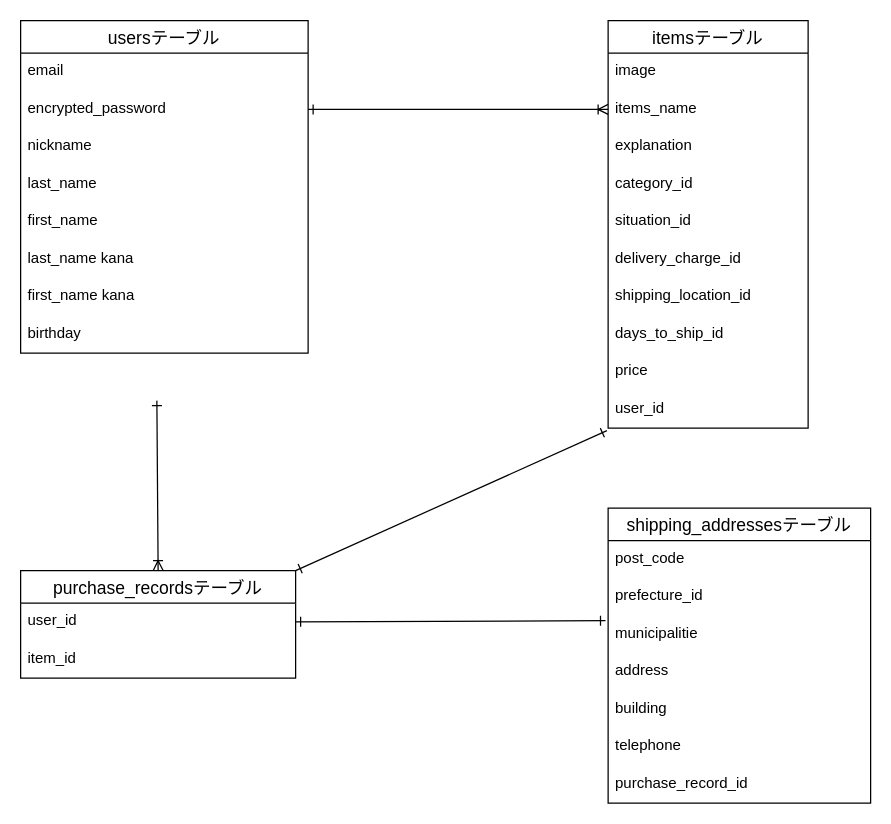
oshikubo1201/furima-38323 keeps this draw.io diagram as date_base.dio. Above is the earlier version. Source tidied: cells renumbered, new cells numbered last; positions are measured from the earlier drawing's top-left corner, leaving out a move shared by most shapes. Both pictures are drawn from the tidied source at 125%, with x=0, y=0 at pixel (20, 20).
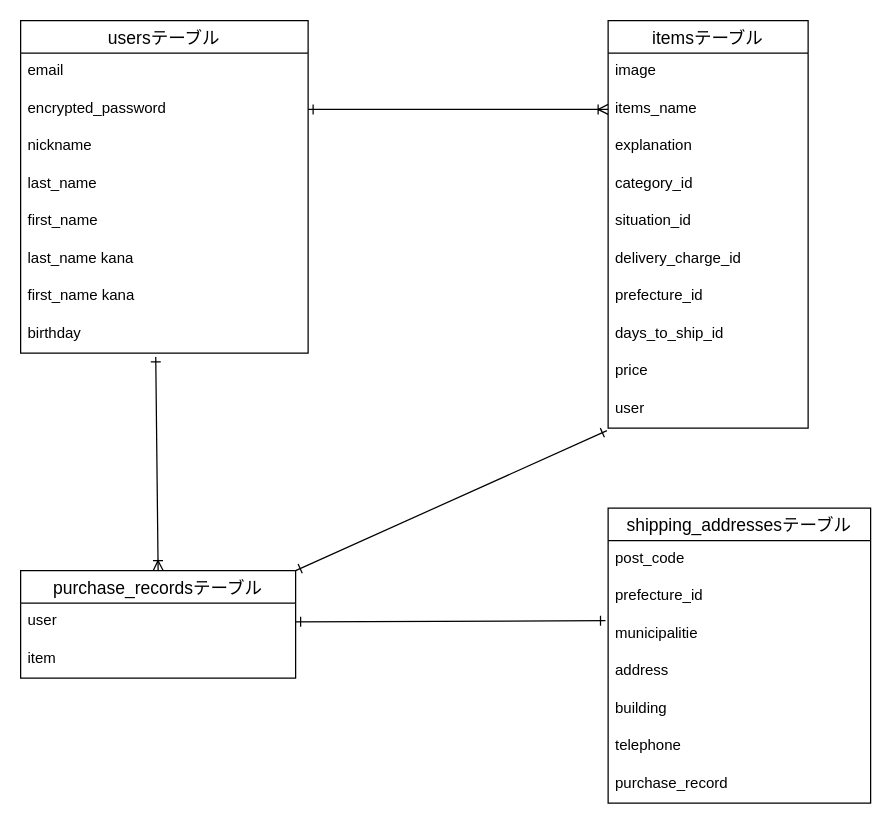
The same page after the edit.

Commit message:
データベース設計　修正４

The change refers to these unchanged cells:
```xml
<mxCell id="10" value="birthday" style="text;strokeColor=none;fillColor=none;spacingLeft=4;spacingRight=4;overflow=hidden;points=[[0,0.5],[1,0.5]];portConstraint=eastwest;fontSize=12;" parent="2" vertex="1">
  <mxGeometry y="236" width="230" height="30" as="geometry" />
</mxCell>
<mxCell id="11" value="itemsテーブル" style="swimlane;fontStyle=0;horizontal=1;startSize=26;align=center;fontSize=14;" parent="1" vertex="1">
  <mxGeometry x="470" width="160" height="326" as="geometry" />
</mxCell>
<mxCell id="25" value="purchase_recordsテーブル" style="swimlane;fontStyle=0;horizontal=1;startSize=26;align=center;fontSize=14;" parent="1" vertex="1">
  <mxGeometry y="440" width="220" height="86" as="geometry" />
</mxCell>
<mxCell id="28" value="shipping_addressesテーブル" style="swimlane;fontStyle=0;horizontal=1;startSize=26;align=center;fontSize=14;" parent="1" vertex="1">
  <mxGeometry x="470" y="390" width="210" height="236" as="geometry" />
</mxCell>
```

Diff of the diagram source:
```diff
@@
-    <mxCell id="18" value="shipping_location_id" style="text;strokeColor=none;fillColor=none;spacingLeft=4;spacingRight=4;overflow=hidden;fontSize=12;" parent="11" vertex="1">
+    <mxCell id="18" value="prefecture_id" style="text;strokeColor=none;fillColor=none;spacingLeft=4;spacingRight=4;overflow=hidden;fontSize=12;" parent="11" vertex="1">
       <mxGeometry y="206" width="160" height="30" as="geometry" />
     </mxCell>
@@
-    <mxCell id="21" value="user_id" style="text;strokeColor=none;fillColor=none;spacingLeft=4;spacingRight=4;overflow=hidden;points=[[0,0.5],[1,0.5]];portConstraint=eastwest;fontSize=12;" parent="11" vertex="1">
+    <mxCell id="21" value="user" style="text;strokeColor=none;fillColor=none;spacingLeft=4;spacingRight=4;overflow=hidden;points=[[0,0.5],[1,0.5]];portConstraint=eastwest;fontSize=12;" parent="11" vertex="1">
       <mxGeometry y="296" width="160" height="30" as="geometry" />
     </mxCell>
@@
-    <mxCell id="23" style="edgeStyle=none;html=1;exitX=0.5;exitY=0;exitDx=0;exitDy=0;entryX=0.474;entryY=1.118;entryDx=0;entryDy=0;entryPerimeter=0;startArrow=ERoneToMany;startFill=0;endArrow=ERone;endFill=0;" parent="1" edge="1" source="25">
-      <mxGeometry relative="1" as="geometry">
-        <mxPoint x="109" y="304" as="targetPoint" />
-      </mxGeometry>
+    <mxCell id="23" style="edgeStyle=none;html=1;exitX=0.5;exitY=0;exitDx=0;exitDy=0;entryX=0.47;entryY=1.1;entryDx=0;entryDy=0;entryPerimeter=0;startArrow=ERoneToMany;startFill=0;endArrow=ERone;endFill=0;" parent="1" edge="1" source="25" target="10">
+      <mxGeometry relative="1" as="geometry" />
     </mxCell>
@@
-    <mxCell id="26" value="user_id" style="text;strokeColor=none;fillColor=none;spacingLeft=4;spacingRight=4;overflow=hidden;points=[[0,0.5],[1,0.5]];portConstraint=eastwest;fontSize=12;" parent="25" vertex="1">
+    <mxCell id="26" value="user" style="text;strokeColor=none;fillColor=none;spacingLeft=4;spacingRight=4;overflow=hidden;points=[[0,0.5],[1,0.5]];portConstraint=eastwest;fontSize=12;" parent="25" vertex="1">
       <mxGeometry y="26" width="220" height="30" as="geometry" />
     </mxCell>
-    <mxCell id="27" value="item_id" style="text;strokeColor=none;fillColor=none;spacingLeft=4;spacingRight=4;overflow=hidden;fontSize=12;" parent="25" vertex="1">
+    <mxCell id="27" value="item" style="text;strokeColor=none;fillColor=none;spacingLeft=4;spacingRight=4;overflow=hidden;fontSize=12;" parent="25" vertex="1">
       <mxGeometry y="56" width="220" height="30" as="geometry" />
     </mxCell>
@@
-    <mxCell id="35" value="purchase_record_id" style="text;strokeColor=none;fillColor=none;spacingLeft=4;spacingRight=4;overflow=hidden;fontSize=12;" parent="28" vertex="1">
+    <mxCell id="35" value="purchase_record" style="text;strokeColor=none;fillColor=none;spacingLeft=4;spacingRight=4;overflow=hidden;fontSize=12;" parent="28" vertex="1">
       <mxGeometry y="206" width="210" height="30" as="geometry" />
     </mxCell>
```
